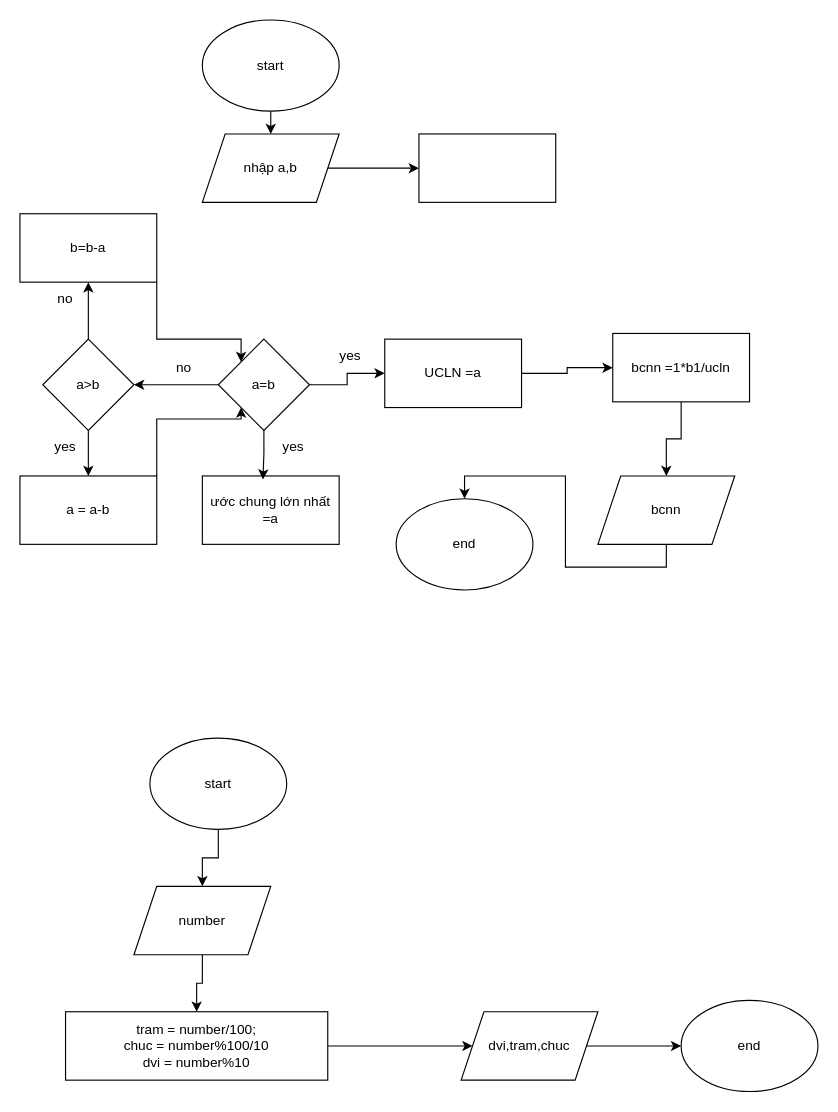
This is bai 9 va 10 ss1.drawio from KimiPrime/Ng-n-ng-l-p-tr-nh-c-ss1, a draw.io file, before an edit. Source tidied: cells renumbered, new cells numbered last; positions are measured from the earlier drawing's top-left corner, leaving out a move shared by most shapes. Both pictures are drawn from the tidied source at 114%, with x=0, y=0 at pixel (19, 19).
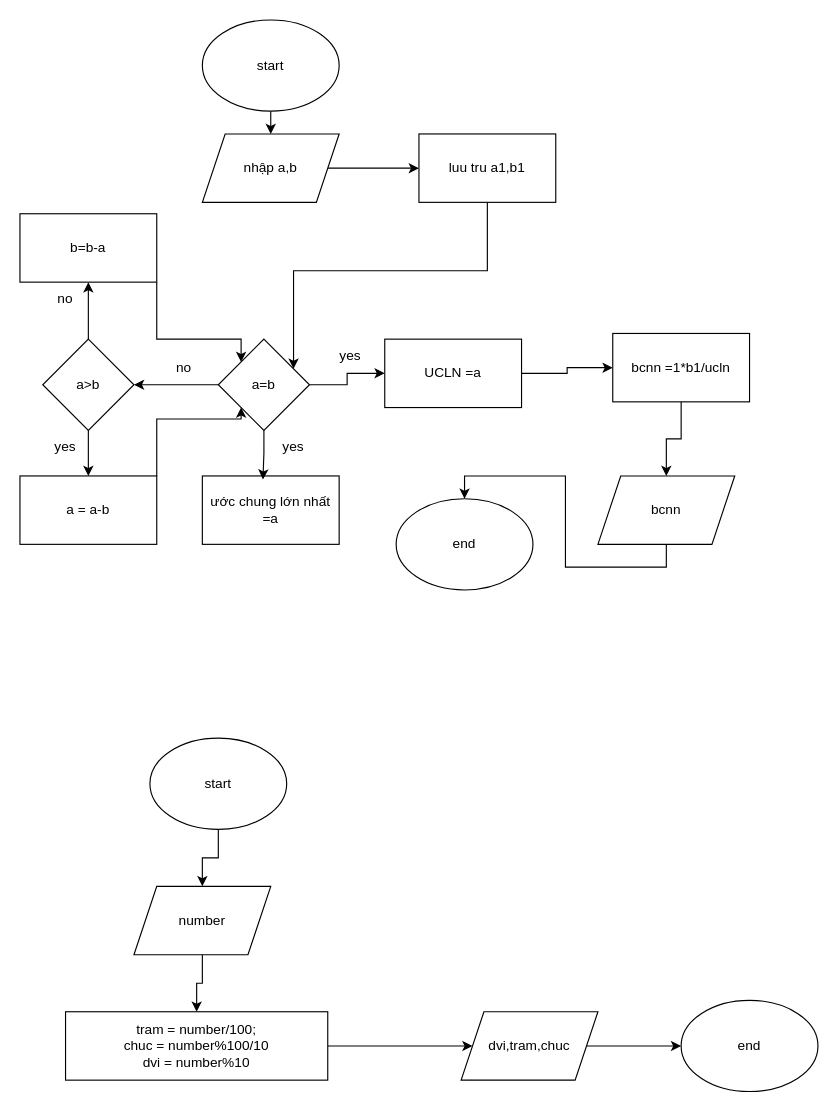
Above is the later version.

Commit message:
Cập nhật bai 9 va 10 ss1.drawio

Unchanged cells that the change refers to:
```xml
<mxCell id="9" value="a=b" style="rhombus;whiteSpace=wrap;html=1;" parent="1" vertex="1">
  <mxGeometry x="174" y="280" width="80" height="80" as="geometry" />
</mxCell>
```

The edit, as a diff of the source:
```diff
@@
+    <mxCell id="40" style="edgeStyle=orthogonalEdgeStyle;rounded=0;jettySize=auto;html=1;" parent="1" edge="1" source="30" target="9">
+      <mxGeometry relative="1" as="geometry">
+        <Array as="points">
+          <mxPoint x="410" y="220" />
+          <mxPoint x="240" y="220" />
+        </Array>
+      </mxGeometry>
+    </mxCell>
-    <mxCell id="30" style="rounded=0;whiteSpace=wrap;html=1;" parent="1" vertex="1">
+    <mxCell id="30" value="luu tru a1,b1" style="rounded=0;whiteSpace=wrap;html=1;" parent="1" vertex="1">
       <mxGeometry x="350" y="100" width="120" height="60" as="geometry" />
     </mxCell>
```
